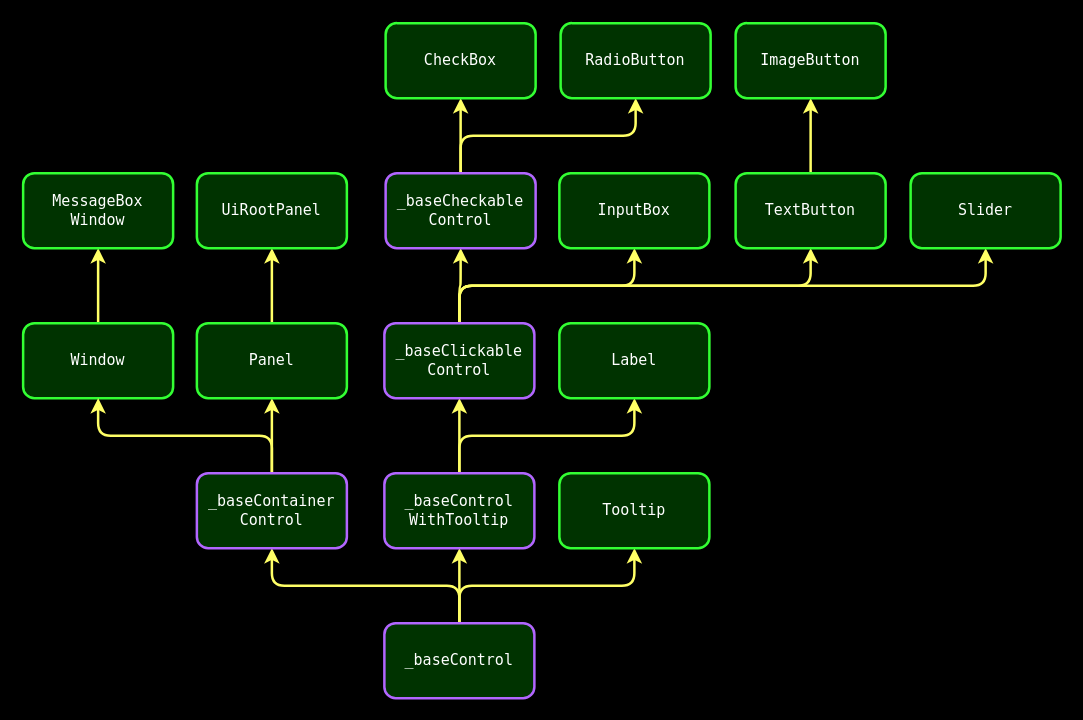
Earlier version of the draw.io diagram _assets_/documentation/raptor-objects-ui.drawio (Grisgram/gml-raptor). Source tidied: cells renumbered, new cells numbered last; positions are measured from the earlier drawing's top-left corner, leaving out a move shared by most shapes. Both pictures are drawn from the tidied source at 125%, with x=0, y=0 at pixel (22, 22).
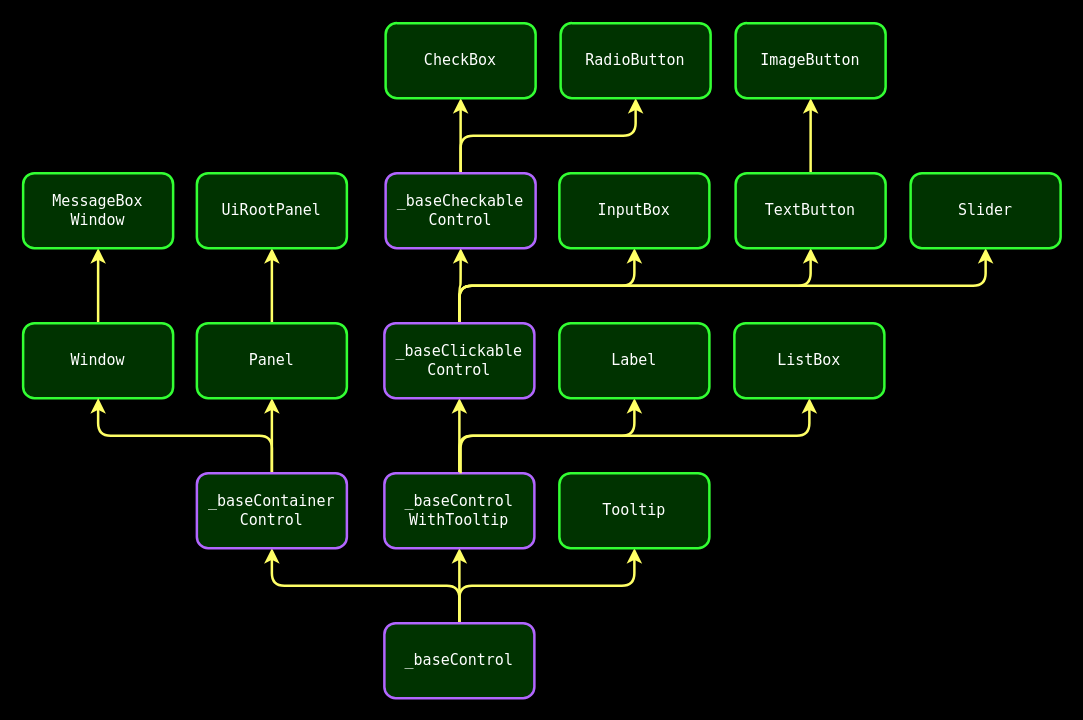
The same page after the edit.

Diff of the diagram source:
```diff
@@
+    <mxCell id="35" style="edgeStyle=orthogonalEdgeStyle;rounded=1;jettySize=auto;html=1;exitX=0.5;exitY=0;exitDx=0;exitDy=0;entryX=0.5;entryY=1;entryDx=0;entryDy=0;strokeColor=#FFFF66;strokeWidth=2;align=center;verticalAlign=middle;fontFamily=Helvetica;fontSize=12;fontColor=#FFFFFF;labelBackgroundColor=default;endArrow=classic;" parent="1" edge="1" target="36">
+      <mxGeometry relative="1" as="geometry">
+        <mxPoint x="350" y="360" as="sourcePoint" />
+        <Array as="points">
+          <mxPoint x="350" y="330" />
+          <mxPoint x="629" y="330" />
+        </Array>
+      </mxGeometry>
+    </mxCell>
+    <mxCell id="36" value="&lt;font face=&quot;Lucida Console&quot;&gt;ListBox&lt;br&gt;&lt;/font&gt;" style="rounded=1;whiteSpace=wrap;html=1;fillColor=#003300;strokeColor=#33FF33;fontColor=#FFFFFF;strokeWidth=2;" parent="1" vertex="1">
+      <mxGeometry x="569" y="240" width="120" height="60" as="geometry" />
+    </mxCell>
```
